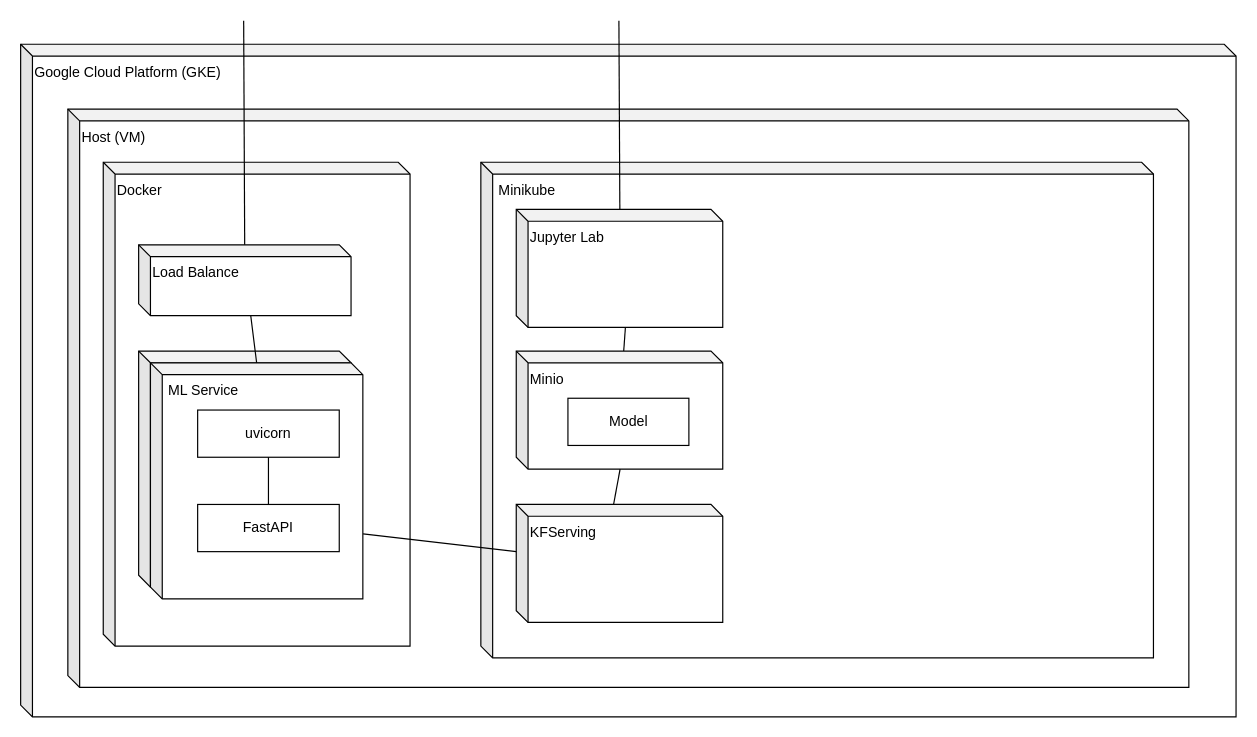
Before: page "M4-Deployment" (3 of 3) of M3-cloudmsa.drawio in skykbw/draw-architecture, a draw.io diagram. Source tidied: cells renumbered, new cells numbered last; positions are measured from the earlier drawing's top-left corner, leaving out a move shared by most shapes. Both pictures are drawn from the tidied source at 118%, with x=0, y=0 at pixel (20, 20).
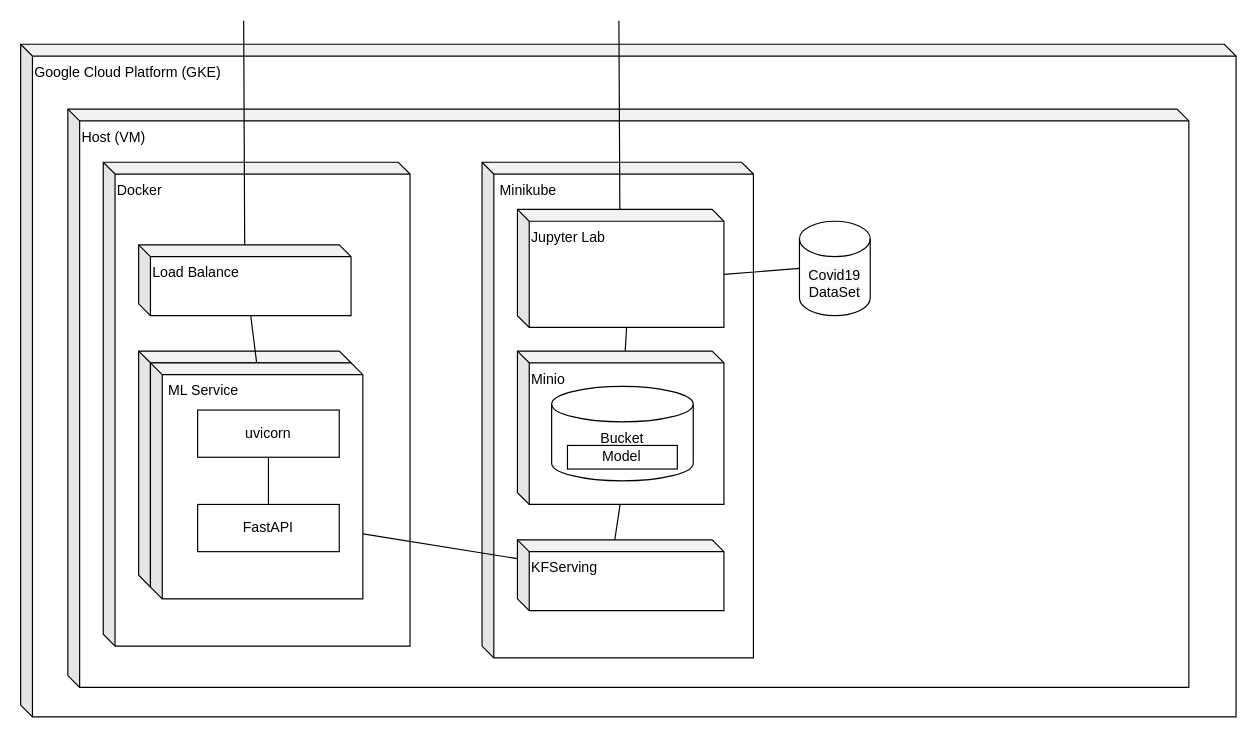
The same diagram, later.

Change to the diagram source:
```diff
@@
     <mxCell id="5" value="&amp;nbsp;Minikube" style="shape=cube;whiteSpace=wrap;html=1;boundedLbl=1;backgroundOutline=1;darkOpacity=0.05;darkOpacity2=0.1;shadow=0;align=left;horizontal=1;verticalAlign=top;size=10;" parent="1" vertex="1">
-      <mxGeometry x="390" y="120" width="570" height="420" as="geometry" />
+      <mxGeometry x="391" y="120" width="230" height="420" as="geometry" />
     </mxCell>
@@
     <mxCell id="8" value="Jupyter Lab" style="shape=cube;whiteSpace=wrap;html=1;boundedLbl=1;backgroundOutline=1;darkOpacity=0.05;darkOpacity2=0.1;shadow=0;align=left;horizontal=1;verticalAlign=top;size=10;" parent="1" vertex="1">
-      <mxGeometry x="420" y="160" width="175" height="100" as="geometry" />
+      <mxGeometry x="421" y="160" width="175" height="100" as="geometry" />
     </mxCell>
     <mxCell id="9" value="Minio" style="shape=cube;whiteSpace=wrap;html=1;boundedLbl=1;backgroundOutline=1;darkOpacity=0.05;darkOpacity2=0.1;shadow=0;align=left;horizontal=1;verticalAlign=top;size=10;" parent="1" vertex="1">
-      <mxGeometry x="420" y="280" width="175" height="100" as="geometry" />
+      <mxGeometry x="421" y="280" width="175" height="130" as="geometry" />
     </mxCell>
     <mxCell id="10" value="KFServing" style="shape=cube;whiteSpace=wrap;html=1;boundedLbl=1;backgroundOutline=1;darkOpacity=0.05;darkOpacity2=0.1;shadow=0;align=left;horizontal=1;verticalAlign=top;size=10;" parent="1" vertex="1">
-      <mxGeometry x="420" y="410" width="175" height="100" as="geometry" />
+      <mxGeometry x="421" y="440" width="175" height="60" as="geometry" />
     </mxCell>
@@
-    <mxCell id="19" value="Model" style="rounded=0;whiteSpace=wrap;html=1;" parent="1" vertex="1">
-      <mxGeometry x="463.8" y="320" width="102.5" height="40" as="geometry" />
-    </mxCell>
@@
     <mxCell id="21" style="endArrow=none;html=1;exitX=0;exitY=0;exitDx=82.5;exitDy=0;exitPerimeter=0;" parent="1" edge="1" source="10">
       <mxGeometry relative="1" as="geometry">
-        <mxPoint x="508" y="380" as="targetPoint" />
+        <mxPoint x="508" y="410" as="targetPoint" />
       </mxGeometry>
     </mxCell>
@@
+    <mxCell id="23" value="&#10;&#10;&lt;span style=&quot;color: rgb(0, 0, 0); font-family: helvetica; font-size: 12px; font-style: normal; font-weight: 400; letter-spacing: normal; text-align: left; text-indent: 0px; text-transform: none; word-spacing: 0px; background-color: rgb(248, 249, 250); display: inline; float: none;&quot;&gt;Covid19 DataSet&lt;/span&gt;&#10;&#10;" style="shape=cylinder3;whiteSpace=wrap;html=1;boundedLbl=1;backgroundOutline=1;size=15;" parent="1" vertex="1">
+      <mxGeometry x="660" y="170" width="60" height="80" as="geometry" />
+    </mxCell>
+    <mxCell id="24" style="endArrow=none;html=1;entryX=0;entryY=0.5;entryDx=0;entryDy=0;entryPerimeter=0;exitX=0;exitY=0;exitDx=175;exitDy=55;exitPerimeter=0;" parent="1" edge="1" source="8" target="23">
+      <mxGeometry relative="1" as="geometry" />
+    </mxCell>
+    <mxCell id="25" style="group;" parent="1" vertex="1">
+      <mxGeometry x="450" y="310" width="120" height="80" as="geometry" />
+    </mxCell>
+    <mxCell id="26" value="&lt;span style=&quot;font-family: helvetica;&quot;&gt;Bucket&lt;/span&gt;" style="shape=cylinder3;whiteSpace=wrap;html=1;boundedLbl=1;backgroundOutline=1;size=15;verticalAlign=top;align=center;" parent="25" vertex="1">
+      <mxGeometry width="120" height="80" as="geometry" />
+    </mxCell>
+    <mxCell id="19" value="Model" style="rounded=0;whiteSpace=wrap;html=1;" parent="25" vertex="1">
+      <mxGeometry x="13.4" y="50" width="93.1" height="20" as="geometry" />
+    </mxCell>
```
